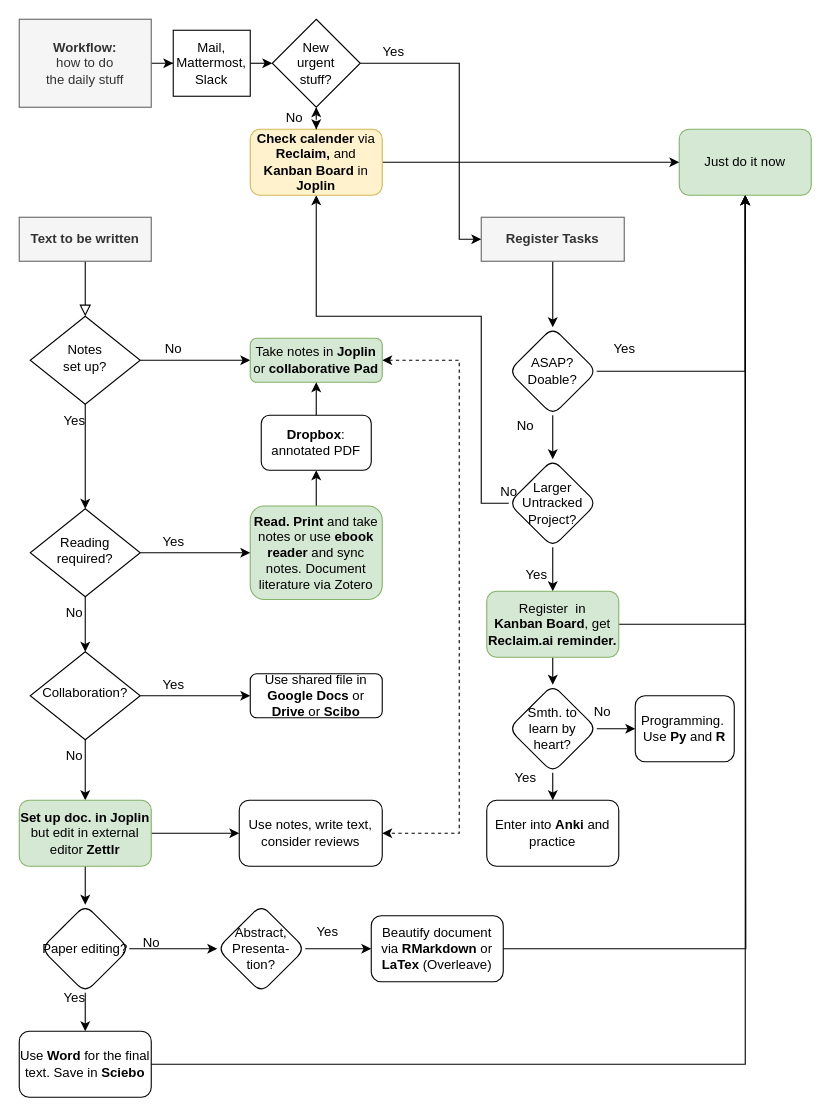
Earlier version of the draw.io diagram Unbenanntes Diagramm.drawio (LaserStefan/academic-data-driven-cv). Source tidied: cells renumbered, new cells numbered last; positions are measured from the earlier drawing's top-left corner, leaving out a move shared by most shapes. Both pictures are drawn from the tidied source at 110%, with x=0, y=0 at pixel (19, 19).
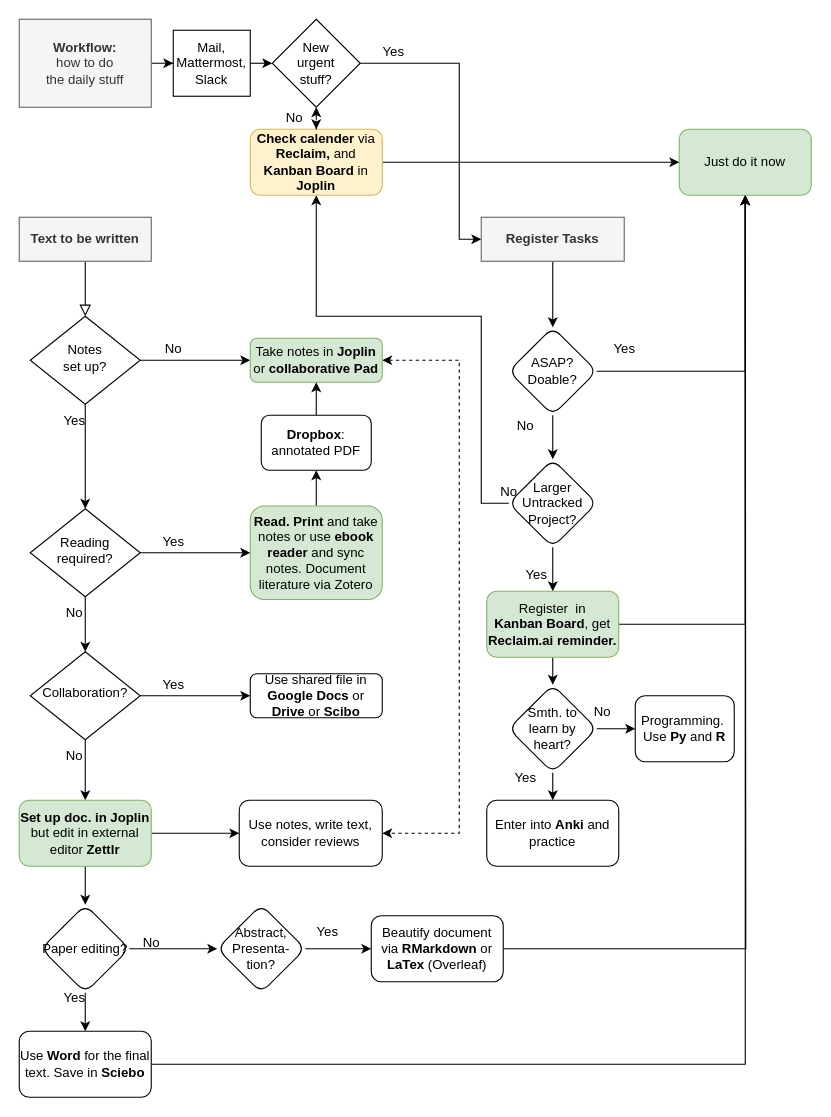
The same page after the edit.

What changed in the source:
```diff
@@
-    <mxCell id="58" value="Beautify document via &lt;b&gt;RMarkdown &lt;/b&gt;or &lt;b&gt;LaTex &lt;/b&gt;(Overleave)" style="whiteSpace=wrap;html=1;rounded=1;glass=0;strokeWidth=1;shadow=0;" parent="1" vertex="1">
+    <mxCell id="58" value="Beautify document via &lt;b&gt;RMarkdown &lt;/b&gt;or &lt;b&gt;LaTex &lt;/b&gt;(Overleaf)" style="whiteSpace=wrap;html=1;rounded=1;glass=0;strokeWidth=1;shadow=0;" parent="1" vertex="1">
       <mxGeometry x="320" y="815" width="120" height="60" as="geometry" />
     </mxCell>
```
